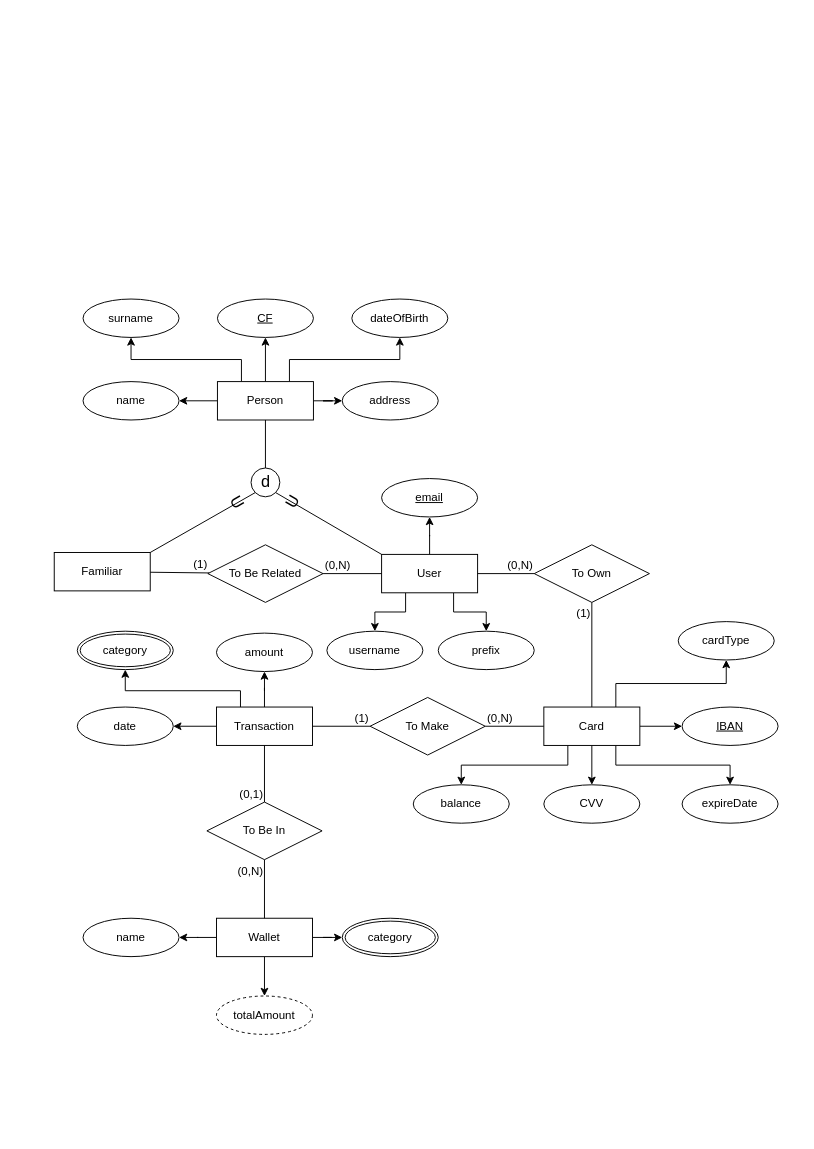
Franwik/SavingMoneyUnina keeps this draw.io diagram as Database/Documentation/ERdiagram.drawio. Above is the earlier version. Source tidied: cells renumbered, new cells numbered last; positions are measured from the earlier drawing's top-left corner, leaving out a move shared by most shapes. Both pictures are drawn from the tidied source at 96%, with x=0, y=0 at pixel (54, 299).
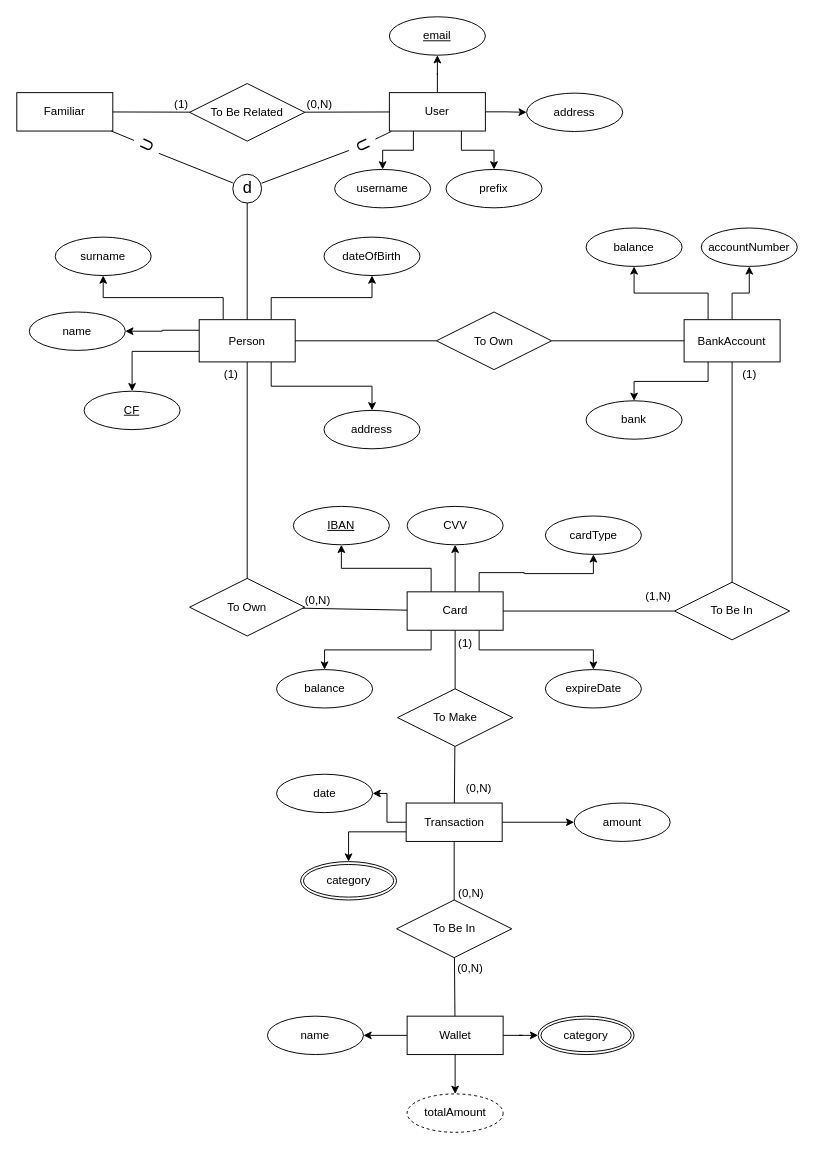
After the change.

Commit message (it also covers changes not shown here):
feat[DB] Added Bank Account in ER diagram

- Moved own relation from User to Person;
- Added relation between Person and Bank Account;
- Added relation between Card and Bank Account.

- Reviewed by @Franwik

The change refers to these unchanged cells:
```xml
<mxCell id="46" style="endArrow=none;html=1;rounded=0;" parent="1" edge="1" source="9" target="45">
  <mxGeometry relative="1" as="geometry" />
</mxCell>
```

What changed in the source:
```diff
@@
+    <mxCell id="3" style="edgeStyle=orthogonalEdgeStyle;rounded=0;jettySize=auto;html=1;exitX=0;exitY=0.5;exitDx=0;exitDy=0;" parent="1" edge="1" source="5" target="64">
+      <mxGeometry relative="1" as="geometry" />
+    </mxCell>
-    <mxCell id="2" style="edgeStyle=orthogonalEdgeStyle;rounded=0;jettySize=auto;html=1;exitX=0.5;exitY=0;exitDx=0;exitDy=0;" parent="1" edge="1" source="5" target="65">
+    <mxCell id="2" style="edgeStyle=orthogonalEdgeStyle;rounded=0;jettySize=auto;html=1;exitX=1;exitY=0.5;exitDx=0;exitDy=0;" parent="1" edge="1" source="5" target="65">
       <mxGeometry relative="1" as="geometry" />
     </mxCell>
-    <mxCell id="3" style="edgeStyle=orthogonalEdgeStyle;rounded=0;jettySize=auto;html=1;exitX=0;exitY=0.5;exitDx=0;exitDy=0;" parent="1" edge="1" source="5" target="64">
-      <mxGeometry relative="1" as="geometry" />
-    </mxCell>
-    <mxCell id="4" style="edgeStyle=orthogonalEdgeStyle;rounded=0;jettySize=auto;html=1;exitX=0.25;exitY=0;exitDx=0;exitDy=0;" parent="1" edge="1" source="5" target="72">
-      <mxGeometry relative="1" as="geometry">
-        <Array as="points">
-          <mxPoint x="194" y="408" />
-          <mxPoint x="74" y="408" />
-        </Array>
-      </mxGeometry>
+    <mxCell id="4" style="edgeStyle=orthogonalEdgeStyle;rounded=0;jettySize=auto;html=1;exitX=0;exitY=0.75;exitDx=0;exitDy=0;" parent="1" edge="1" source="5" target="72">
+      <mxGeometry relative="1" as="geometry" />
     </mxCell>
     <mxCell id="5" value="Transaction" style="whiteSpace=wrap;html=1;align=center;" parent="1" vertex="1">
-      <mxGeometry x="169" y="425" width="100" height="40" as="geometry" />
+      <mxGeometry x="366.6" y="525" width="100" height="40" as="geometry" />
     </mxCell>
@@
     <mxCell id="9" value="Wallet" style="whiteSpace=wrap;html=1;align=center;" parent="1" vertex="1">
-      <mxGeometry x="169" y="645" width="100" height="40" as="geometry" />
+      <mxGeometry x="367.6" y="747" width="100" height="40" as="geometry" />
     </mxCell>
-    <mxCell id="10" style="edgeStyle=orthogonalEdgeStyle;rounded=0;jettySize=auto;html=1;exitX=0.5;exitY=1;exitDx=0;exitDy=0;" parent="1" edge="1" source="15" target="62">
-      <mxGeometry relative="1" as="geometry" />
-    </mxCell>
@@
-    <mxCell id="12" style="edgeStyle=orthogonalEdgeStyle;rounded=0;jettySize=auto;html=1;exitX=1;exitY=0.5;exitDx=0;exitDy=0;" parent="1" edge="1" source="15" target="63">
-      <mxGeometry relative="1" as="geometry" />
-    </mxCell>
@@
+    <mxCell id="12" style="edgeStyle=orthogonalEdgeStyle;rounded=0;jettySize=auto;html=1;exitX=0.25;exitY=0;exitDx=0;exitDy=0;" parent="1" edge="1" source="15" target="63">
+      <mxGeometry relative="1" as="geometry" />
+    </mxCell>
+    <mxCell id="10" style="edgeStyle=orthogonalEdgeStyle;rounded=0;jettySize=auto;html=1;exitX=0.5;exitY=0;exitDx=0;exitDy=0;" parent="1" edge="1" source="15" target="62">
+      <mxGeometry relative="1" as="geometry" />
+    </mxCell>
     <mxCell id="15" value="Card" style="whiteSpace=wrap;html=1;align=center;" parent="1" vertex="1">
-      <mxGeometry x="510" y="425" width="100" height="40" as="geometry" />
+      <mxGeometry x="367.6" y="305" width="100" height="40" as="geometry" />
     </mxCell>
@@
+    <mxCell id="73" style="edgeStyle=orthogonalEdgeStyle;rounded=0;jettySize=auto;html=1;exitX=1;exitY=0.5;exitDx=0;exitDy=0;" parent="1" edge="1" source="19" target="77">
+      <mxGeometry relative="1" as="geometry" />
+    </mxCell>
     <mxCell id="19" value="User" style="whiteSpace=wrap;html=1;align=center;" parent="1" vertex="1">
-      <mxGeometry x="341" y="266" width="100" height="40" as="geometry" />
+      <mxGeometry x="349.1" y="-215" width="100" height="40" as="geometry" />
     </mxCell>
-    <mxCell id="20" style="edgeStyle=orthogonalEdgeStyle;rounded=0;jettySize=auto;html=1;exitX=0.5;exitY=0;exitDx=0;exitDy=0;" parent="1" edge="1" source="25" target="53">
-      <mxGeometry relative="1" as="geometry" />
-    </mxCell>
@@
-    <mxCell id="22" style="edgeStyle=orthogonalEdgeStyle;rounded=0;jettySize=auto;html=1;exitX=0;exitY=0.5;exitDx=0;exitDy=0;" parent="1" edge="1" source="25" target="50">
-      <mxGeometry relative="1" as="geometry" />
-    </mxCell>
@@
-    <mxCell id="24" style="edgeStyle=orthogonalEdgeStyle;rounded=0;jettySize=auto;html=1;exitX=1;exitY=0.5;exitDx=0;exitDy=0;" parent="1" edge="1" source="25" target="70">
+    <mxCell id="24" style="edgeStyle=orthogonalEdgeStyle;rounded=0;jettySize=auto;html=1;exitX=0.75;exitY=1;exitDx=0;exitDy=0;" parent="1" edge="1" source="25" target="70">
       <mxGeometry relative="1" as="geometry" />
     </mxCell>
+    <mxCell id="20" style="edgeStyle=orthogonalEdgeStyle;rounded=0;jettySize=auto;html=1;exitX=0;exitY=0.75;exitDx=0;exitDy=0;" parent="1" edge="1" source="25" target="53">
+      <mxGeometry relative="1" as="geometry" />
+    </mxCell>
+    <mxCell id="22" style="edgeStyle=orthogonalEdgeStyle;rounded=0;jettySize=auto;html=1;exitX=0;exitY=0.25;exitDx=0;exitDy=0;" parent="1" edge="1" source="25" target="50">
+      <mxGeometry relative="1" as="geometry" />
+    </mxCell>
     <mxCell id="25" value="Person" style="whiteSpace=wrap;html=1;align=center;" parent="1" vertex="1">
-      <mxGeometry x="170" y="86" width="100" height="40" as="geometry" />
+      <mxGeometry x="151" y="21.5" width="100" height="44" as="geometry" />
     </mxCell>
     <mxCell id="26" value="Familiar" style="whiteSpace=wrap;html=1;align=center;" parent="1" vertex="1">
-      <mxGeometry y="264" width="100" height="40" as="geometry" />
+      <mxGeometry x="-39" y="-215" width="100" height="40" as="geometry" />
     </mxCell>
     <mxCell id="27" style="ellipse;whiteSpace=wrap;html=1;" parent="1" vertex="1">
-      <mxGeometry x="205" y="176" width="30" height="30" as="geometry" />
+      <mxGeometry x="186" y="-130" width="30" height="30" as="geometry" />
     </mxCell>
     <mxCell id="28" value="d" style="text;html=1;align=center;verticalAlign=middle;points=[];strokeColor=none;fillColor=none;fontSize=17;" parent="1" vertex="1">
-      <mxGeometry x="205" y="176" width="30" height="30" as="geometry" />
+      <mxGeometry x="186" y="-130" width="30" height="30" as="geometry" />
     </mxCell>
-    <mxCell id="29" style="endArrow=none;html=1;rounded=0;exitX=0.5;exitY=0;exitDx=0;exitDy=0;" parent="1" edge="1" source="27" target="25">
-      <mxGeometry relative="1" as="geometry" />
-    </mxCell>
     <mxCell id="30" value="To Be Related" style="shape=rhombus;perimeter=rhombusPerimeter;whiteSpace=wrap;html=1;align=center;" parent="1" vertex="1">
-      <mxGeometry x="160" y="256" width="120" height="60" as="geometry" />
+      <mxGeometry x="141" y="-224.5" width="120" height="60" as="geometry" />
     </mxCell>
@@
     <mxCell id="35" value="To Own" style="shape=rhombus;perimeter=rhombusPerimeter;whiteSpace=wrap;html=1;align=center;" parent="1" vertex="1">
-      <mxGeometry x="500" y="256" width="120" height="60" as="geometry" />
+      <mxGeometry x="398.1" y="13.5" width="120" height="60" as="geometry" />
     </mxCell>
-    <mxCell id="36" style="endArrow=none;html=1;rounded=0;" parent="1" edge="1" source="15" target="35">
-      <mxGeometry relative="1" as="geometry" />
-    </mxCell>
-    <mxCell id="37" value="(1)" style="html=1;whiteSpace=wrap;align=right;verticalAlign=bottom;" parent="36" vertex="1">
-      <mxGeometry x="1" relative="1" as="geometry">
-        <mxPoint y="20" as="offset" />
-      </mxGeometry>
-    </mxCell>
-    <mxCell id="38" style="endArrow=none;html=1;rounded=0;" parent="1" edge="1" source="19" target="35">
-      <mxGeometry relative="1" as="geometry" />
-    </mxCell>
-    <mxCell id="39" value="(0,N)" style="html=1;whiteSpace=wrap;align=right;verticalAlign=bottom;" parent="38" vertex="1">
-      <mxGeometry x="1" relative="1" as="geometry" />
-    </mxCell>
-    <mxCell id="40" value="To Make" style="shape=rhombus;perimeter=rhombusPerimeter;whiteSpace=wrap;html=1;align=center;" parent="1" vertex="1">
-      <mxGeometry x="329" y="415" width="120" height="60" as="geometry" />
+    <mxCell id="40" value="To Own" style="shape=rhombus;perimeter=rhombusPerimeter;whiteSpace=wrap;html=1;align=center;" parent="1" vertex="1">
+      <mxGeometry x="141" y="291" width="120" height="60" as="geometry" />
     </mxCell>
-    <mxCell id="41" style="endArrow=none;html=1;rounded=0;" parent="1" edge="1" source="5" target="40">
-      <mxGeometry relative="1" as="geometry" />
-    </mxCell>
-    <mxCell id="42" value="(1)" style="html=1;whiteSpace=wrap;align=right;verticalAlign=bottom;" parent="41" vertex="1">
-      <mxGeometry x="1" relative="1" as="geometry" />
-    </mxCell>
@@
     <mxCell id="45" value="To Be In" style="shape=rhombus;perimeter=rhombusPerimeter;whiteSpace=wrap;html=1;align=center;" parent="1" vertex="1">
-      <mxGeometry x="159" y="524" width="120" height="60" as="geometry" />
+      <mxGeometry x="356.6" y="626" width="120" height="60" as="geometry" />
     </mxCell>
@@
     <mxCell id="47" value="(0,N)" style="html=1;whiteSpace=wrap;align=right;verticalAlign=bottom;" parent="46" vertex="1">
       <mxGeometry x="1" relative="1" as="geometry">
-        <mxPoint y="20" as="offset" />
+        <mxPoint x="31" y="20" as="offset" />
       </mxGeometry>
     </mxCell>
-    <mxCell id="48" style="endArrow=none;html=1;rounded=0;" parent="1" edge="1" source="5" target="45">
-      <mxGeometry relative="1" as="geometry" />
-    </mxCell>
-    <mxCell id="49" value="(0,1)" style="html=1;whiteSpace=wrap;align=right;verticalAlign=bottom;" parent="48" vertex="1">
-      <mxGeometry x="1" relative="1" as="geometry" />
-    </mxCell>
     <mxCell id="50" value="name" style="ellipse;whiteSpace=wrap;html=1;align=center;" parent="1" vertex="1">
-      <mxGeometry x="30" y="86" width="100" height="40" as="geometry" />
+      <mxGeometry x="-26" y="13.5" width="100" height="40" as="geometry" />
     </mxCell>
     <mxCell id="51" value="dateOfBirth" style="ellipse;whiteSpace=wrap;html=1;align=center;" parent="1" vertex="1">
-      <mxGeometry x="310" width="100" height="40" as="geometry" />
+      <mxGeometry x="281" y="-64.5" width="100" height="40" as="geometry" />
     </mxCell>
     <mxCell id="52" value="surname" style="ellipse;whiteSpace=wrap;html=1;align=center;" parent="1" vertex="1">
-      <mxGeometry x="30" width="100" height="40" as="geometry" />
+      <mxGeometry x="1" y="-64.5" width="100" height="40" as="geometry" />
     </mxCell>
     <mxCell id="53" value="CF" style="ellipse;whiteSpace=wrap;html=1;align=center;fontStyle=4;" parent="1" vertex="1">
-      <mxGeometry x="170" width="100" height="40" as="geometry" />
+      <mxGeometry x="31.1" y="96" width="100" height="40" as="geometry" />
     </mxCell>
     <mxCell id="54" value="email" style="ellipse;whiteSpace=wrap;html=1;align=center;fontStyle=4;" parent="1" vertex="1">
-      <mxGeometry x="341" y="187" width="100" height="40" as="geometry" />
+      <mxGeometry x="349.1" y="-294" width="100" height="40" as="geometry" />
     </mxCell>
     <mxCell id="55" value="username" style="ellipse;whiteSpace=wrap;html=1;align=center;" parent="1" vertex="1">
-      <mxGeometry x="284" y="346" width="100" height="40" as="geometry" />
+      <mxGeometry x="292.1" y="-135" width="100" height="40" as="geometry" />
     </mxCell>
     <mxCell id="56" value="prefix" style="ellipse;whiteSpace=wrap;html=1;align=center;" parent="1" vertex="1">
-      <mxGeometry x="400" y="346" width="100" height="40" as="geometry" />
+      <mxGeometry x="408.1" y="-135" width="100" height="40" as="geometry" />
     </mxCell>
-    <mxCell id="57" style="endArrow=none;html=1;rounded=0;exitX=1;exitY=0;exitDx=0;exitDy=0;entryX=0;entryY=1;entryDx=0;entryDy=0;" parent="1" edge="1" source="26" target="27">
+    <mxCell id="57" style="endArrow=none;html=1;rounded=0;" parent="1" edge="1" source="60" target="26">
       <mxGeometry relative="1" as="geometry" />
     </mxCell>
-    <mxCell id="58" style="endArrow=none;html=1;rounded=0;exitX=0;exitY=0;exitDx=0;exitDy=0;entryX=1;entryY=1;entryDx=0;entryDy=0;" parent="1" edge="1" source="19" target="27">
-      <mxGeometry relative="1" as="geometry" />
+    <mxCell id="58" style="endArrow=none;html=1;rounded=0;" parent="1" edge="1" source="59">
+      <mxGeometry relative="1" as="geometry">
+        <mxPoint x="351" y="-174.5" as="targetPoint" />
+      </mxGeometry>
     </mxCell>
-    <mxCell id="59" value="U" style="text;html=1;align=center;verticalAlign=middle;points=[];strokeColor=none;fillColor=none;fontSize=17;rotation=-60;" parent="1" vertex="1">
-      <mxGeometry x="229" y="197" width="40" height="30" as="geometry" />
-    </mxCell>
-    <mxCell id="60" value="U" style="text;html=1;align=center;verticalAlign=middle;points=[];strokeColor=none;fillColor=none;fontSize=17;rotation=60;" parent="1" vertex="1">
-      <mxGeometry x="170" y="197" width="40" height="30" as="geometry" />
-    </mxCell>
     <mxCell id="61" value="expireDate" style="ellipse;whiteSpace=wrap;html=1;align=center;" parent="1" vertex="1">
-      <mxGeometry x="654" y="506" width="100" height="40" as="geometry" />
+      <mxGeometry x="511.6" y="386" width="100" height="40" as="geometry" />
     </mxCell>
     <mxCell id="62" value="CVV" style="ellipse;whiteSpace=wrap;html=1;align=center;" parent="1" vertex="1">
-      <mxGeometry x="510" y="506" width="100" height="40" as="geometry" />
+      <mxGeometry x="367.6" y="216" width="100" height="40" as="geometry" />
     </mxCell>
     <mxCell id="63" value="IBAN" style="ellipse;whiteSpace=wrap;html=1;align=center;fontStyle=4;" parent="1" vertex="1">
-      <mxGeometry x="654" y="425" width="100" height="40" as="geometry" />
+      <mxGeometry x="249.1" y="216" width="100" height="40" as="geometry" />
     </mxCell>
     <mxCell id="64" value="date" style="ellipse;whiteSpace=wrap;html=1;align=center;" parent="1" vertex="1">
-      <mxGeometry x="24" y="425" width="100" height="40" as="geometry" />
+      <mxGeometry x="231.6" y="495" width="100" height="40" as="geometry" />
     </mxCell>
     <mxCell id="65" value="amount" style="ellipse;whiteSpace=wrap;html=1;align=center;" parent="1" vertex="1">
-      <mxGeometry x="169" y="348" width="100" height="40" as="geometry" />
+      <mxGeometry x="541.6" y="525" width="100" height="40" as="geometry" />
     </mxCell>
     <mxCell id="66" value="name" style="ellipse;whiteSpace=wrap;html=1;align=center;" parent="1" vertex="1">
-      <mxGeometry x="30" y="645" width="100" height="40" as="geometry" />
+      <mxGeometry x="222.1" y="747" width="100" height="40" as="geometry" />
     </mxCell>
     <mxCell id="67" value="totalAmount" style="ellipse;whiteSpace=wrap;html=1;align=center;dashed=1;" parent="1" vertex="1">
-      <mxGeometry x="169" y="726" width="100" height="40" as="geometry" />
+      <mxGeometry x="367.6" y="828" width="100" height="40" as="geometry" />
     </mxCell>
     <mxCell id="68" value="balance" style="ellipse;whiteSpace=wrap;html=1;align=center;" parent="1" vertex="1">
-      <mxGeometry x="374" y="506" width="100" height="40" as="geometry" />
+      <mxGeometry x="231.6" y="386" width="100" height="40" as="geometry" />
     </mxCell>
     <mxCell id="69" value="cardType" style="ellipse;whiteSpace=wrap;html=1;align=center;" parent="1" vertex="1">
-      <mxGeometry x="650" y="336" width="100" height="40" as="geometry" />
+      <mxGeometry x="511.6" y="226" width="100" height="40" as="geometry" />
     </mxCell>
     <mxCell id="70" value="address" style="ellipse;whiteSpace=wrap;html=1;align=center;" parent="1" vertex="1">
-      <mxGeometry x="300" y="86" width="100" height="40" as="geometry" />
+      <mxGeometry x="281" y="116" width="100" height="40" as="geometry" />
     </mxCell>
     <mxCell id="71" value="category" style="ellipse;shape=doubleEllipse;margin=3;whiteSpace=wrap;html=1;align=center;" parent="1" vertex="1">
-      <mxGeometry x="300" y="645" width="100" height="40" as="geometry" />
+      <mxGeometry x="504" y="747" width="100" height="40" as="geometry" />
     </mxCell>
     <mxCell id="72" value="category" style="ellipse;shape=doubleEllipse;margin=3;whiteSpace=wrap;html=1;align=center;" parent="1" vertex="1">
-      <mxGeometry x="24" y="346" width="100" height="40" as="geometry" />
+      <mxGeometry x="256.6" y="586" width="100" height="40" as="geometry" />
     </mxCell>
+    <mxCell id="74" style="endArrow=none;html=1;rounded=0;" parent="1" edge="1" source="28" target="25">
+      <mxGeometry relative="1" as="geometry" />
+    </mxCell>
+    <mxCell id="75" style="endArrow=none;html=1;rounded=0;" parent="1" edge="1" source="28" target="60">
+      <mxGeometry relative="1" as="geometry">
+        <Array as="points">
+          <mxPoint x="108.9" y="-151.8" />
+        </Array>
+      </mxGeometry>
+    </mxCell>
+    <mxCell id="60" value="U" style="text;html=1;align=center;verticalAlign=middle;points=[];strokeColor=none;fillColor=none;fontSize=17;rotation=-65;" parent="1" vertex="1">
+      <mxGeometry x="77" y="-174.5" width="40" height="30" as="geometry" />
+    </mxCell>
+    <mxCell id="76" style="endArrow=none;html=1;rounded=0;" parent="1" edge="1" source="28" target="59">
+      <mxGeometry relative="1" as="geometry" />
+    </mxCell>
+    <mxCell id="59" value="U" style="text;html=1;align=center;verticalAlign=middle;points=[];strokeColor=none;fillColor=none;fontSize=17;rotation=65;" parent="1" vertex="1">
+      <mxGeometry x="301" y="-175" width="40" height="30" as="geometry" />
+    </mxCell>
+    <mxCell id="77" value="address" style="ellipse;whiteSpace=wrap;html=1;align=center;" parent="1" vertex="1">
+      <mxGeometry x="492.1" y="-214.5" width="100" height="40" as="geometry" />
+    </mxCell>
+    <mxCell id="78" style="endArrow=none;html=1;rounded=0;" parent="1" edge="1" source="25" target="35">
+      <mxGeometry relative="1" as="geometry" />
+    </mxCell>
+    <mxCell id="79" style="edgeStyle=orthogonalEdgeStyle;rounded=0;jettySize=auto;html=1;exitX=0.25;exitY=0;exitDx=0;exitDy=0;" parent="1" edge="1" source="82" target="84">
+      <mxGeometry relative="1" as="geometry" />
+    </mxCell>
+    <mxCell id="80" style="edgeStyle=orthogonalEdgeStyle;rounded=0;jettySize=auto;html=1;exitX=0.5;exitY=0;exitDx=0;exitDy=0;" parent="1" edge="1" source="82" target="85">
+      <mxGeometry relative="1" as="geometry" />
+    </mxCell>
+    <mxCell id="81" style="edgeStyle=orthogonalEdgeStyle;rounded=0;jettySize=auto;html=1;exitX=0.25;exitY=1;exitDx=0;exitDy=0;" parent="1" edge="1" source="82" target="90">
+      <mxGeometry relative="1" as="geometry" />
+    </mxCell>
+    <mxCell id="82" value="BankAccount" style="whiteSpace=wrap;html=1;align=center;" parent="1" vertex="1">
+      <mxGeometry x="656.1" y="21.5" width="100" height="44" as="geometry" />
+    </mxCell>
+    <mxCell id="83" style="endArrow=none;html=1;rounded=0;" parent="1" edge="1" source="35" target="82">
+      <mxGeometry relative="1" as="geometry" />
+    </mxCell>
+    <mxCell id="84" value="balance" style="ellipse;whiteSpace=wrap;html=1;align=center;" parent="1" vertex="1">
+      <mxGeometry x="554" y="-74" width="100" height="40" as="geometry" />
+    </mxCell>
+    <mxCell id="85" value="accountNumber" style="ellipse;whiteSpace=wrap;html=1;align=center;" parent="1" vertex="1">
+      <mxGeometry x="674" y="-74" width="100" height="40" as="geometry" />
+    </mxCell>
+    <mxCell id="86" style="endArrow=none;html=1;rounded=0;" parent="1" edge="1" source="25" target="40">
+      <mxGeometry relative="1" as="geometry" />
+    </mxCell>
+    <mxCell id="87" value="To Be In" style="shape=rhombus;perimeter=rhombusPerimeter;whiteSpace=wrap;html=1;align=center;" parent="1" vertex="1">
+      <mxGeometry x="646.1" y="295" width="120" height="60" as="geometry" />
+    </mxCell>
+    <mxCell id="88" style="endArrow=none;html=1;rounded=0;" parent="1" edge="1" source="15" target="87">
+      <mxGeometry relative="1" as="geometry" />
+    </mxCell>
+    <mxCell id="89" style="endArrow=none;html=1;rounded=0;" parent="1" edge="1" source="87" target="82">
+      <mxGeometry relative="1" as="geometry" />
+    </mxCell>
+    <mxCell id="90" value="bank" style="ellipse;whiteSpace=wrap;html=1;align=center;" parent="1" vertex="1">
+      <mxGeometry x="554" y="106" width="100" height="40" as="geometry" />
+    </mxCell>
+    <mxCell id="91" value="(1)" style="text;html=1;align=center;verticalAlign=middle;strokeColor=none;fillColor=none;" parent="1" vertex="1">
+      <mxGeometry x="164" y="63.5" width="40" height="30" as="geometry" />
+    </mxCell>
+    <mxCell id="92" value="(1,N)" style="text;html=1;align=center;verticalAlign=middle;strokeColor=none;fillColor=none;" parent="1" vertex="1">
+      <mxGeometry x="604" y="295" width="50" height="30" as="geometry" />
+    </mxCell>
+    <mxCell id="93" value="(1)" style="text;html=1;align=center;verticalAlign=middle;strokeColor=none;fillColor=none;" parent="1" vertex="1">
+      <mxGeometry x="704" y="63.5" width="40" height="30" as="geometry" />
+    </mxCell>
+    <mxCell id="94" value="(1)" style="text;html=1;align=center;verticalAlign=middle;strokeColor=none;fillColor=none;" parent="1" vertex="1">
+      <mxGeometry x="408.1" y="344" width="40" height="30" as="geometry" />
+    </mxCell>
+    <mxCell id="95" value="(0,N)" style="text;html=1;align=center;verticalAlign=middle;strokeColor=none;fillColor=none;" parent="1" vertex="1">
+      <mxGeometry x="416.6" y="495" width="50" height="30" as="geometry" />
+    </mxCell>
+    <mxCell id="96" style="endArrow=none;html=1;rounded=0;" parent="1" edge="1" source="45" target="5">
+      <mxGeometry relative="1" as="geometry" />
+    </mxCell>
+    <mxCell id="97" value="To Make" style="shape=rhombus;perimeter=rhombusPerimeter;whiteSpace=wrap;html=1;align=center;" parent="1" vertex="1">
+      <mxGeometry x="357.6" y="406" width="120" height="60" as="geometry" />
+    </mxCell>
+    <mxCell id="98" style="endArrow=none;html=1;rounded=0;" parent="1" edge="1" source="15" target="97">
+      <mxGeometry relative="1" as="geometry" />
+    </mxCell>
+    <mxCell id="99" style="endArrow=none;html=1;rounded=0;" parent="1" edge="1" source="5" target="97">
+      <mxGeometry relative="1" as="geometry" />
+    </mxCell>
+    <mxCell id="100" value="(0,N)" style="text;html=1;align=center;verticalAlign=middle;strokeColor=none;fillColor=none;" parent="1" vertex="1">
+      <mxGeometry x="409" y="604" width="50" height="30" as="geometry" />
+    </mxCell>
```
